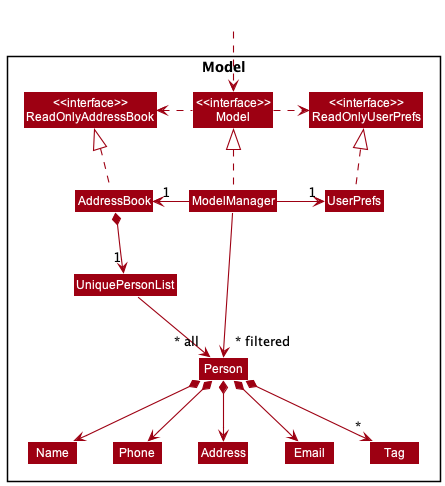
nus-cs2103-AY2223S2/tp keeps this PlantUML diagram as docs/images/ModelClassDiagram.png. Above is the earlier version.
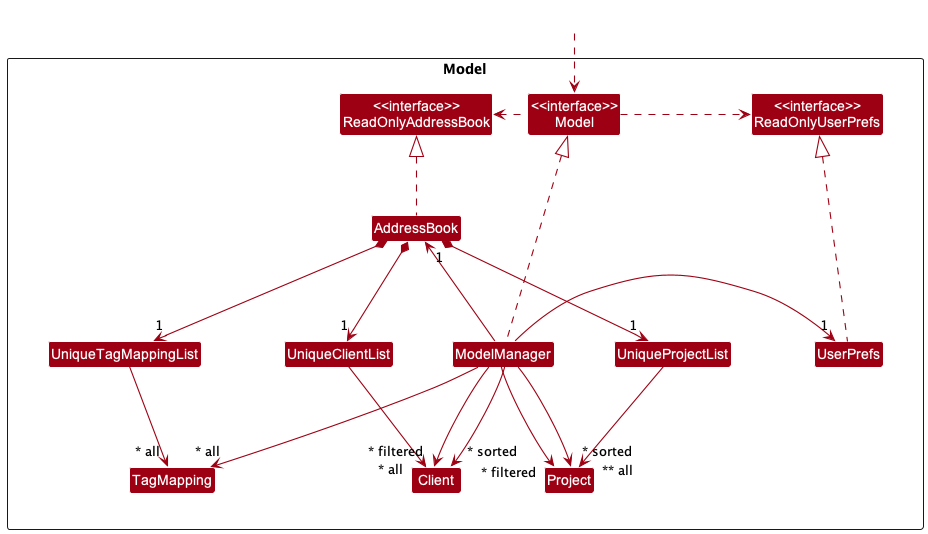
Above is the later version.

The edit, as a diff of the source:
```diff
@@ -12,14 +12,14 @@
 Class ModelManager
 Class UserPrefs
 
-Class UniquePersonList
-Class Person
-Class Address
-Class Email
-Class Name
-Class Phone
-Class Tag
+Class UniqueClientList
+Class Client
 
+Class UniqueProjectList
+Class Project
+
+class UniqueTagMappingList
+class TagMapping
 }
 
 Class HiddenOutside #FFFFFF
@@ -30,21 +30,22 @@
 ModelManager .up.|> Model
 Model .right.> ReadOnlyUserPrefs
 Model .left.> ReadOnlyAddressBook
+
+UserPrefs .up.|> ReadOnlyUserPrefs
+
+AddressBook *--> "1" UniqueClientList
+AddressBook *--> "1" UniqueProjectList
+AddressBook *--> "1" UniqueTagMappingList
+UniqueClientList --> "~* all" Client
+UniqueProjectList --> "*~* all" Project
+UniqueTagMappingList --> "~* all" TagMapping
+
 ModelManager -left-> "1" AddressBook
 ModelManager -right-> "1" UserPrefs
-UserPrefs .up.|> ReadOnlyUserPrefs
 
-AddressBook *--> "1" UniquePersonList
-UniquePersonList --> "~* all" Person
-Person *--> Name
-Person *--> Phone
-Person *--> Email
-Person *--> Address
-Person *--> "*" Tag
-
-Name -[hidden]right-> Phone
-Phone -[hidden]right-> Address
-Address -[hidden]right-> Email
-
-ModelManager -->"~* filtered" Person
+ModelManager -->"~* filtered" Client
+ModelManager -->"~* sorted" Client
+ModelManager -->"~* filtered" Project
+ModelManager -->"~* sorted" Project
+ModelManager -->"~* all" TagMapping
 @enduml
```
